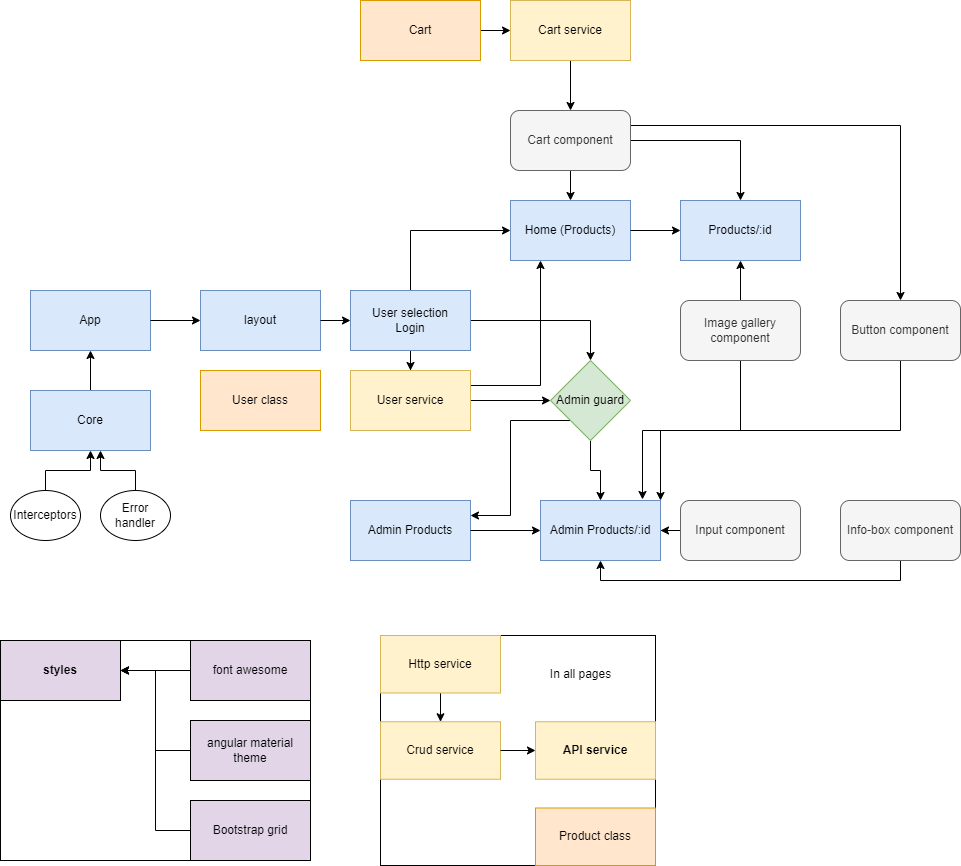
Before: design/assessment-13.png, a diagram exported from draw.io (PuriaRad/assessment-13). Source tidied: cells renumbered, new cells last; positions are measured from the earlier drawing's top-left corner, leaving out a move shared by most shapes. Its diagram source:
```xml
<mxGraphModel>
  <root>
    <mxCell id="0" />
    <mxCell id="1" parent="0" />
    <mxCell id="2" style="group;strokeColor=#000000;" parent="1" vertex="1">
      <mxGeometry y="640" width="310" height="220" as="geometry" />
    </mxCell>
    <mxCell id="3" value="styles" style="rounded=0;whiteSpace=wrap;html=1;fillColor=#e1d5e7;fontStyle=1;" parent="2" vertex="1">
      <mxGeometry width="120" height="60" as="geometry" />
    </mxCell>
    <mxCell id="4" style="edgeStyle=orthogonalEdgeStyle;rounded=0;jettySize=auto;html=1;entryX=1;entryY=0.5;entryDx=0;entryDy=0;" parent="2" edge="1" source="5" target="3">
      <mxGeometry relative="1" as="geometry" />
    </mxCell>
    <mxCell id="5" value="Bootstrap grid" style="rounded=0;whiteSpace=wrap;html=1;fillColor=#e1d5e7;" parent="2" vertex="1">
      <mxGeometry x="190" y="160" width="120" height="60" as="geometry" />
    </mxCell>
    <mxCell id="6" style="edgeStyle=orthogonalEdgeStyle;rounded=0;jettySize=auto;html=1;entryX=1;entryY=0.5;entryDx=0;entryDy=0;" parent="2" edge="1" source="7" target="3">
      <mxGeometry relative="1" as="geometry" />
    </mxCell>
    <mxCell id="7" value="font awesome" style="rounded=0;whiteSpace=wrap;html=1;fillColor=#e1d5e7;" parent="2" vertex="1">
      <mxGeometry x="190" width="120" height="60" as="geometry" />
    </mxCell>
    <mxCell id="8" style="edgeStyle=orthogonalEdgeStyle;rounded=0;jettySize=auto;html=1;exitX=0;exitY=0.5;exitDx=0;exitDy=0;entryX=1;entryY=0.5;entryDx=0;entryDy=0;" parent="2" edge="1" source="9" target="3">
      <mxGeometry relative="1" as="geometry" />
    </mxCell>
    <mxCell id="9" value="angular material theme" style="rounded=0;whiteSpace=wrap;html=1;fillColor=#e1d5e7;" parent="2" vertex="1">
      <mxGeometry x="190" y="80" width="120" height="60" as="geometry" />
    </mxCell>
    <mxCell id="10" style="edgeStyle=orthogonalEdgeStyle;rounded=0;jettySize=auto;html=1;entryX=0.5;entryY=1;entryDx=0;entryDy=0;" parent="1" edge="1" source="11" target="21">
      <mxGeometry relative="1" as="geometry" />
    </mxCell>
    <mxCell id="11" value="Interceptors" style="ellipse;whiteSpace=wrap;html=1;" parent="1" vertex="1">
      <mxGeometry x="10" y="490" width="70" height="50" as="geometry" />
    </mxCell>
    <mxCell id="12" style="edgeStyle=orthogonalEdgeStyle;rounded=0;jettySize=auto;html=1;" parent="1" edge="1" source="13">
      <mxGeometry relative="1" as="geometry">
        <mxPoint x="100" y="450" as="targetPoint" />
      </mxGeometry>
    </mxCell>
    <mxCell id="13" value="Error handler" style="ellipse;whiteSpace=wrap;html=1;" parent="1" vertex="1">
      <mxGeometry x="100" y="490" width="70" height="50" as="geometry" />
    </mxCell>
    <mxCell id="14" style="edgeStyle=orthogonalEdgeStyle;rounded=0;jettySize=auto;html=1;entryX=0.5;entryY=0;entryDx=0;entryDy=0;" parent="1" edge="1" source="17" target="28">
      <mxGeometry relative="1" as="geometry" />
    </mxCell>
    <mxCell id="15" style="edgeStyle=orthogonalEdgeStyle;rounded=0;jettySize=auto;html=1;entryX=0.5;entryY=0;entryDx=0;entryDy=0;" parent="1" edge="1" source="17" target="29">
      <mxGeometry relative="1" as="geometry" />
    </mxCell>
    <mxCell id="16" style="edgeStyle=orthogonalEdgeStyle;rounded=0;jettySize=auto;html=1;exitX=1;exitY=0.25;exitDx=0;exitDy=0;entryX=0.5;entryY=0;entryDx=0;entryDy=0;strokeColor=#000000;" parent="1" edge="1" source="17" target="59">
      <mxGeometry relative="1" as="geometry" />
    </mxCell>
    <mxCell id="17" value="Cart component" style="rounded=1;whiteSpace=wrap;html=1;fillColor=#f5f5f5;strokeColor=#666666;fontColor=#333333;" parent="1" vertex="1">
      <mxGeometry x="510" y="110" width="120" height="60" as="geometry" />
    </mxCell>
    <mxCell id="18" style="edgeStyle=orthogonalEdgeStyle;rounded=0;jettySize=auto;html=1;entryX=1;entryY=0.5;entryDx=0;entryDy=0;" parent="1" edge="1" source="19" target="37">
      <mxGeometry relative="1" as="geometry" />
    </mxCell>
    <mxCell id="19" value="Input component" style="rounded=1;whiteSpace=wrap;html=1;fillColor=#f5f5f5;strokeColor=#666666;fontColor=#333333;" parent="1" vertex="1">
      <mxGeometry x="680" y="500" width="120" height="60" as="geometry" />
    </mxCell>
    <mxCell id="20" style="edgeStyle=orthogonalEdgeStyle;rounded=0;jettySize=auto;html=1;exitX=0.5;exitY=0;exitDx=0;exitDy=0;entryX=0.5;entryY=1;entryDx=0;entryDy=0;" parent="1" edge="1" source="21" target="23">
      <mxGeometry relative="1" as="geometry" />
    </mxCell>
    <mxCell id="21" value="Core" style="rounded=0;whiteSpace=wrap;html=1;fillColor=#dae8fc;strokeColor=#6c8ebf;" parent="1" vertex="1">
      <mxGeometry x="30" y="390" width="120" height="60" as="geometry" />
    </mxCell>
    <mxCell id="22" value="layout" style="rounded=0;whiteSpace=wrap;html=1;fillColor=#dae8fc;strokeColor=#6c8ebf;" parent="1" vertex="1">
      <mxGeometry x="200" y="290" width="120" height="60" as="geometry" />
    </mxCell>
    <mxCell id="23" value="App" style="rounded=0;whiteSpace=wrap;html=1;fillColor=#dae8fc;strokeColor=#6c8ebf;" parent="1" vertex="1">
      <mxGeometry x="30" y="290" width="120" height="60" as="geometry" />
    </mxCell>
    <mxCell id="24" style="edgeStyle=orthogonalEdgeStyle;rounded=0;jettySize=auto;html=1;exitX=1;exitY=0.5;exitDx=0;exitDy=0;entryX=0;entryY=0.5;entryDx=0;entryDy=0;" parent="1" edge="1" source="23" target="22">
      <mxGeometry relative="1" as="geometry" />
    </mxCell>
    <mxCell id="25" style="edgeStyle=orthogonalEdgeStyle;rounded=0;jettySize=auto;html=1;exitX=0.5;exitY=1;exitDx=0;exitDy=0;entryX=0.5;entryY=0;entryDx=0;entryDy=0;" parent="1" edge="1" source="27" target="37">
      <mxGeometry relative="1" as="geometry" />
    </mxCell>
    <mxCell id="26" style="edgeStyle=orthogonalEdgeStyle;rounded=0;jettySize=auto;html=1;exitX=0;exitY=1;exitDx=0;exitDy=0;entryX=1;entryY=0.25;entryDx=0;entryDy=0;" parent="1" edge="1" source="27" target="36">
      <mxGeometry relative="1" as="geometry" />
    </mxCell>
    <mxCell id="27" value="Admin guard" style="rhombus;whiteSpace=wrap;html=1;fillColor=#d5e8d4;strokeColor=#82b366;" parent="1" vertex="1">
      <mxGeometry x="550" y="360" width="80" height="80" as="geometry" />
    </mxCell>
    <mxCell id="28" value="Home (Products)" style="rounded=0;whiteSpace=wrap;html=1;fillColor=#dae8fc;strokeColor=#6c8ebf;" parent="1" vertex="1">
      <mxGeometry x="510" y="200" width="120" height="60" as="geometry" />
    </mxCell>
    <mxCell id="29" value="Products/:id" style="rounded=0;whiteSpace=wrap;html=1;fillColor=#dae8fc;strokeColor=#6c8ebf;" parent="1" vertex="1">
      <mxGeometry x="680" y="200" width="120" height="60" as="geometry" />
    </mxCell>
    <mxCell id="30" style="edgeStyle=orthogonalEdgeStyle;rounded=0;jettySize=auto;html=1;exitX=1;exitY=0.5;exitDx=0;exitDy=0;entryX=0;entryY=0.5;entryDx=0;entryDy=0;" parent="1" edge="1" source="28" target="29">
      <mxGeometry relative="1" as="geometry" />
    </mxCell>
    <mxCell id="31" style="edgeStyle=orthogonalEdgeStyle;rounded=0;jettySize=auto;html=1;exitX=0.5;exitY=0;exitDx=0;exitDy=0;entryX=0;entryY=0.5;entryDx=0;entryDy=0;" parent="1" edge="1" source="34" target="28">
      <mxGeometry relative="1" as="geometry" />
    </mxCell>
    <mxCell id="32" style="edgeStyle=orthogonalEdgeStyle;rounded=0;jettySize=auto;html=1;entryX=0.5;entryY=0;entryDx=0;entryDy=0;" parent="1" edge="1" source="34" target="44">
      <mxGeometry relative="1" as="geometry" />
    </mxCell>
    <mxCell id="33" style="edgeStyle=orthogonalEdgeStyle;rounded=0;jettySize=auto;html=1;exitX=1;exitY=0.5;exitDx=0;exitDy=0;entryX=0.5;entryY=0;entryDx=0;entryDy=0;" parent="1" edge="1" source="34" target="27">
      <mxGeometry relative="1" as="geometry" />
    </mxCell>
    <mxCell id="34" value="User selection&lt;br&gt;Login" style="rounded=0;whiteSpace=wrap;html=1;fillColor=#dae8fc;strokeColor=#6c8ebf;" parent="1" vertex="1">
      <mxGeometry x="350" y="290" width="120" height="60" as="geometry" />
    </mxCell>
    <mxCell id="35" style="edgeStyle=orthogonalEdgeStyle;rounded=0;jettySize=auto;html=1;exitX=1;exitY=0.5;exitDx=0;exitDy=0;entryX=0;entryY=0.5;entryDx=0;entryDy=0;" parent="1" edge="1" source="22" target="34">
      <mxGeometry relative="1" as="geometry" />
    </mxCell>
    <mxCell id="36" value="Admin Products" style="rounded=0;whiteSpace=wrap;html=1;fillColor=#dae8fc;strokeColor=#6c8ebf;" parent="1" vertex="1">
      <mxGeometry x="350" y="500" width="120" height="60" as="geometry" />
    </mxCell>
    <mxCell id="37" value="Admin Products/:id" style="rounded=0;whiteSpace=wrap;html=1;fillColor=#dae8fc;strokeColor=#6c8ebf;" parent="1" vertex="1">
      <mxGeometry x="540" y="500" width="120" height="60" as="geometry" />
    </mxCell>
    <mxCell id="38" style="edgeStyle=orthogonalEdgeStyle;rounded=0;jettySize=auto;html=1;exitX=1;exitY=0.5;exitDx=0;exitDy=0;entryX=0;entryY=0.5;entryDx=0;entryDy=0;" parent="1" edge="1" source="36" target="37">
      <mxGeometry relative="1" as="geometry" />
    </mxCell>
    <mxCell id="39" style="edgeStyle=orthogonalEdgeStyle;rounded=0;jettySize=auto;html=1;entryX=0.5;entryY=1;entryDx=0;entryDy=0;" parent="1" edge="1" source="41" target="29">
      <mxGeometry relative="1" as="geometry" />
    </mxCell>
    <mxCell id="40" style="edgeStyle=orthogonalEdgeStyle;rounded=0;jettySize=auto;html=1;exitX=0.5;exitY=1;exitDx=0;exitDy=0;entryX=0.85;entryY=-0.017;entryDx=0;entryDy=0;entryPerimeter=0;" parent="1" edge="1" source="41" target="37">
      <mxGeometry relative="1" as="geometry" />
    </mxCell>
    <mxCell id="41" value="Image gallery component" style="rounded=1;whiteSpace=wrap;html=1;fillColor=#f5f5f5;strokeColor=#666666;fontColor=#333333;" parent="1" vertex="1">
      <mxGeometry x="680" y="300" width="120" height="60" as="geometry" />
    </mxCell>
    <mxCell id="42" style="edgeStyle=orthogonalEdgeStyle;rounded=0;jettySize=auto;html=1;entryX=0;entryY=0.5;entryDx=0;entryDy=0;" parent="1" edge="1" source="44" target="27">
      <mxGeometry relative="1" as="geometry" />
    </mxCell>
    <mxCell id="43" style="edgeStyle=orthogonalEdgeStyle;rounded=0;jettySize=auto;html=1;exitX=1;exitY=0.25;exitDx=0;exitDy=0;entryX=0.25;entryY=1;entryDx=0;entryDy=0;" parent="1" edge="1" source="44" target="28">
      <mxGeometry relative="1" as="geometry" />
    </mxCell>
    <mxCell id="44" value="User service" style="rounded=0;whiteSpace=wrap;html=1;fillColor=#fff2cc;strokeColor=#d6b656;" parent="1" vertex="1">
      <mxGeometry x="350" y="370" width="120" height="60" as="geometry" />
    </mxCell>
    <mxCell id="45" style="edgeStyle=orthogonalEdgeStyle;rounded=0;jettySize=auto;html=1;entryX=0.5;entryY=0;entryDx=0;entryDy=0;" parent="1" edge="1" source="46" target="17">
      <mxGeometry relative="1" as="geometry" />
    </mxCell>
    <mxCell id="46" value="Cart service" style="rounded=0;whiteSpace=wrap;html=1;fillColor=#fff2cc;strokeColor=#d6b656;" parent="1" vertex="1">
      <mxGeometry x="510" width="120" height="60" as="geometry" />
    </mxCell>
    <mxCell id="47" value="User class" style="rounded=0;whiteSpace=wrap;html=1;fillColor=#ffe6cc;strokeColor=#d79b00;" parent="1" vertex="1">
      <mxGeometry x="200" y="370" width="120" height="60" as="geometry" />
    </mxCell>
    <mxCell id="48" style="edgeStyle=orthogonalEdgeStyle;rounded=0;jettySize=auto;html=1;entryX=0;entryY=0.5;entryDx=0;entryDy=0;" parent="1" edge="1" source="49" target="46">
      <mxGeometry relative="1" as="geometry" />
    </mxCell>
    <mxCell id="49" value="Cart" style="rounded=0;whiteSpace=wrap;html=1;fillColor=#ffe6cc;strokeColor=#d79b00;" parent="1" vertex="1">
      <mxGeometry x="360" width="120" height="60" as="geometry" />
    </mxCell>
    <mxCell id="50" style="group;strokeColor=#000000;" parent="1" vertex="1">
      <mxGeometry x="380" y="635" width="275" height="230" as="geometry" />
    </mxCell>
    <mxCell id="51" value="Crud service" style="rounded=0;whiteSpace=wrap;html=1;fillColor=#fff2cc;strokeColor=#d6b656;" parent="50" vertex="1">
      <mxGeometry y="86.2" width="120" height="57.5" as="geometry" />
    </mxCell>
    <mxCell id="52" style="edgeStyle=orthogonalEdgeStyle;rounded=0;jettySize=auto;html=1;entryX=0.5;entryY=0;entryDx=0;entryDy=0;" parent="50" edge="1" source="53" target="51">
      <mxGeometry relative="1" as="geometry" />
    </mxCell>
    <mxCell id="53" value="Http service" style="rounded=0;whiteSpace=wrap;html=1;fillColor=#fff2cc;strokeColor=#d6b656;" parent="50" vertex="1">
      <mxGeometry width="120" height="57.5" as="geometry" />
    </mxCell>
    <mxCell id="54" value="API service" style="rounded=0;whiteSpace=wrap;html=1;fillColor=#fff2cc;strokeColor=#d6b656;fontStyle=1;" parent="50" vertex="1">
      <mxGeometry x="155" y="86.2" width="120" height="57.5" as="geometry" />
    </mxCell>
    <mxCell id="55" style="edgeStyle=orthogonalEdgeStyle;rounded=0;jettySize=auto;html=1;exitX=1;exitY=0.5;exitDx=0;exitDy=0;entryX=0;entryY=0.5;entryDx=0;entryDy=0;" parent="50" edge="1" source="51" target="54">
      <mxGeometry relative="1" as="geometry" />
    </mxCell>
    <mxCell id="56" value="Product class" style="rounded=0;whiteSpace=wrap;html=1;fillColor=#ffe6cc;strokeColor=#d79b00;" parent="50" vertex="1">
      <mxGeometry x="155" y="172.5" width="120" height="57.5" as="geometry" />
    </mxCell>
    <mxCell id="57" value="In all pages" style="text;html=1;align=center;verticalAlign=middle;" parent="50" vertex="1">
      <mxGeometry x="160" y="28.8" width="80" height="20" as="geometry" />
    </mxCell>
    <mxCell id="58" style="edgeStyle=orthogonalEdgeStyle;rounded=0;jettySize=auto;html=1;exitX=0.5;exitY=1;exitDx=0;exitDy=0;entryX=1;entryY=0;entryDx=0;entryDy=0;strokeColor=#000000;" parent="1" edge="1" source="59" target="37">
      <mxGeometry relative="1" as="geometry" />
    </mxCell>
    <mxCell id="59" value="Button component" style="rounded=1;whiteSpace=wrap;html=1;fillColor=#f5f5f5;strokeColor=#666666;fontColor=#333333;" parent="1" vertex="1">
      <mxGeometry x="840" y="300" width="120" height="60" as="geometry" />
    </mxCell>
    <mxCell id="60" style="edgeStyle=orthogonalEdgeStyle;rounded=0;jettySize=auto;html=1;exitX=0.5;exitY=1;exitDx=0;exitDy=0;entryX=0.5;entryY=1;entryDx=0;entryDy=0;strokeColor=#000000;" parent="1" edge="1" source="61" target="37">
      <mxGeometry relative="1" as="geometry" />
    </mxCell>
    <mxCell id="61" value="Info-box component" style="rounded=1;whiteSpace=wrap;html=1;fillColor=#f5f5f5;strokeColor=#666666;fontColor=#333333;" parent="1" vertex="1">
      <mxGeometry x="840" y="500" width="120" height="60" as="geometry" />
    </mxCell>
  </root>
</mxGraphModel>
```
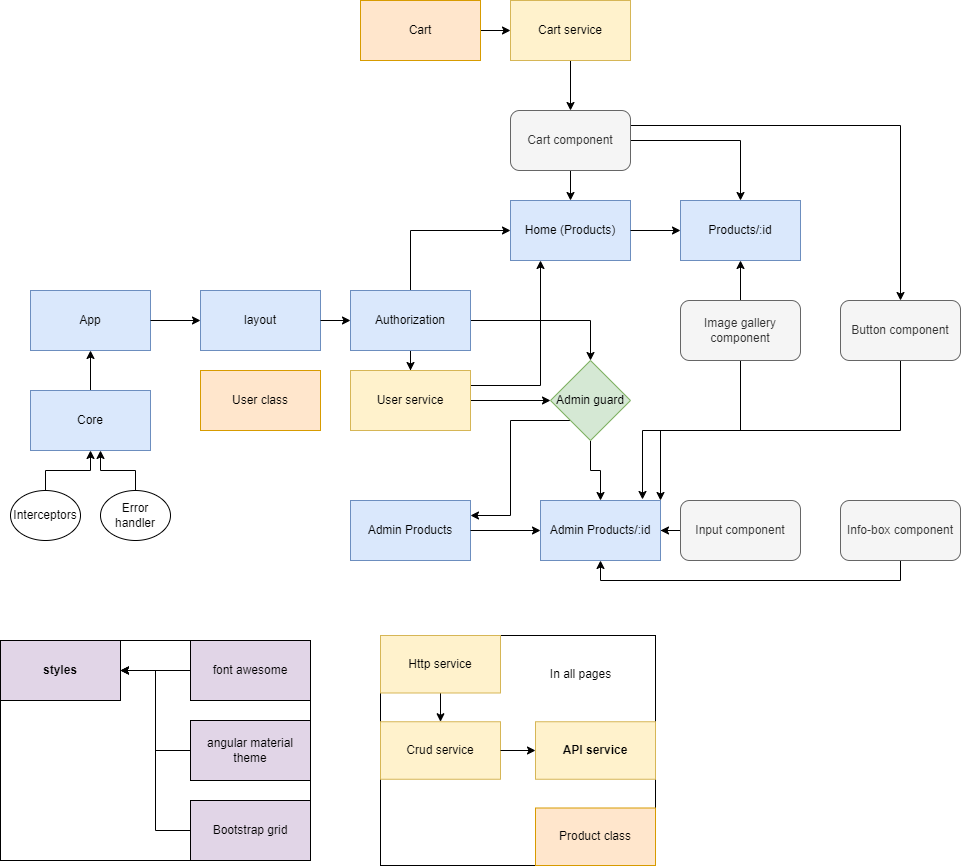
Later version of the same file.

Commit message:
user selection changed to authentication

The edit, as a diff of the source:
```diff
@@ -100,7 +100,7 @@
     <mxCell id="33" style="edgeStyle=orthogonalEdgeStyle;rounded=0;jettySize=auto;html=1;exitX=1;exitY=0.5;exitDx=0;exitDy=0;entryX=0.5;entryY=0;entryDx=0;entryDy=0;" parent="1" edge="1" source="34" target="27">
       <mxGeometry relative="1" as="geometry" />
     </mxCell>
-    <mxCell id="34" value="User selection&lt;br&gt;Login" style="rounded=0;whiteSpace=wrap;html=1;fillColor=#dae8fc;strokeColor=#6c8ebf;" parent="1" vertex="1">
+    <mxCell id="34" value="Authorization" style="rounded=0;whiteSpace=wrap;html=1;fillColor=#dae8fc;strokeColor=#6c8ebf;" parent="1" vertex="1">
       <mxGeometry x="350" y="290" width="120" height="60" as="geometry" />
     </mxCell>
     <mxCell id="35" style="edgeStyle=orthogonalEdgeStyle;rounded=0;jettySize=auto;html=1;exitX=1;exitY=0.5;exitDx=0;exitDy=0;entryX=0;entryY=0.5;entryDx=0;entryDy=0;" parent="1" edge="1" source="22" target="34">
```
